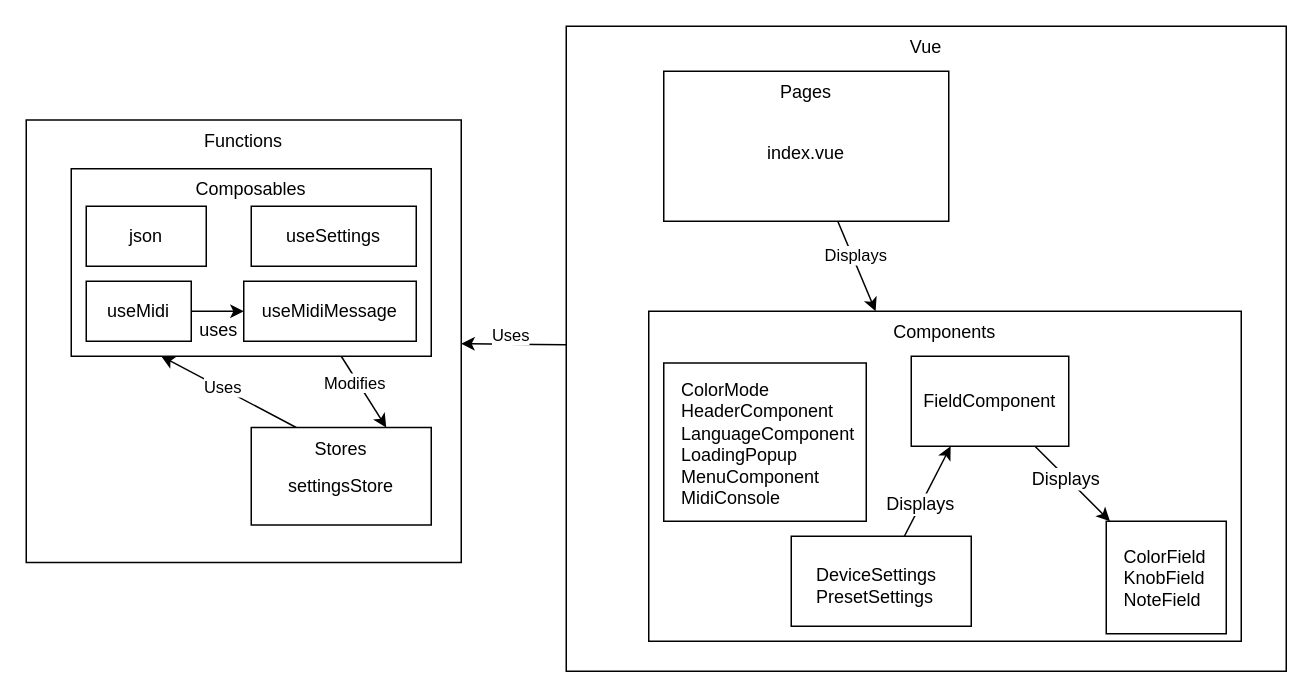
Before: drawio/minilab3nuxt.drawio in ThomasColin1/rapport_pfe, a draw.io diagram. Source tidied: cells renumbered, new cells numbered last; positions are measured from the earlier drawing's top-left corner, leaving out a move shared by most shapes. Both pictures are drawn from the tidied source at 150%, with x=0, y=0 at pixel (26, 26).
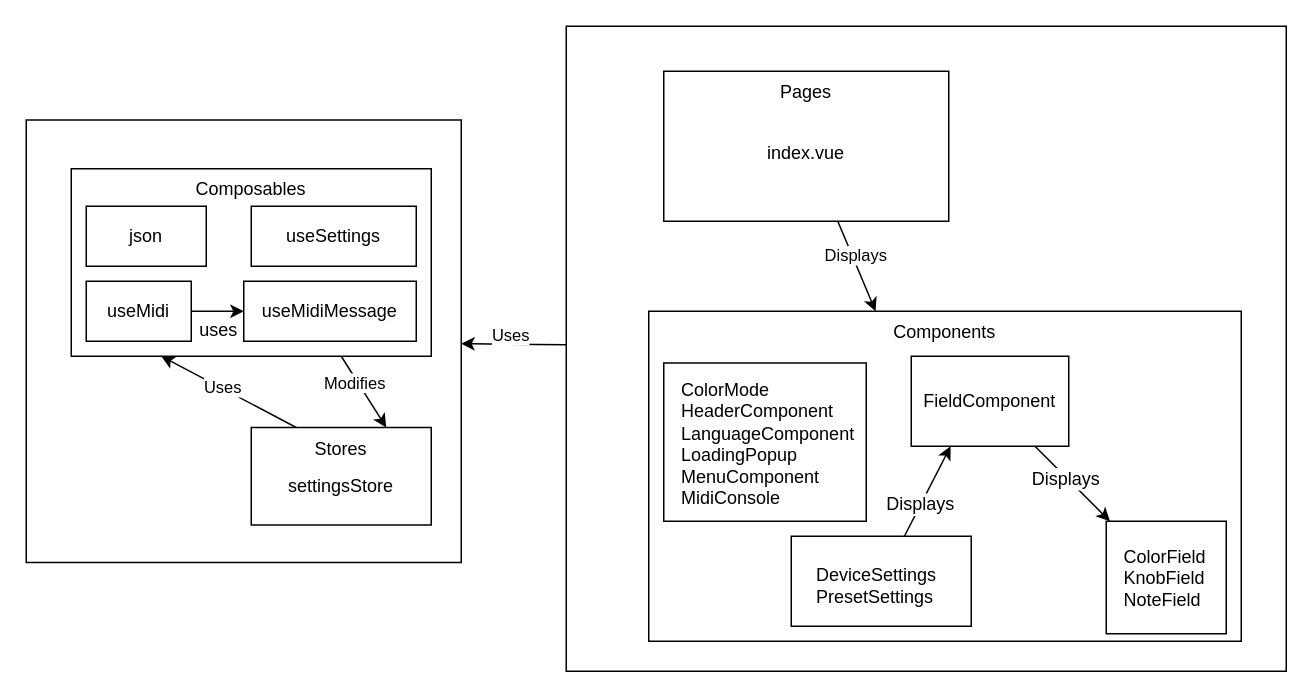
After the change.

Change to the diagram source:
```diff
@@
-    <mxCell id="2" value="Functions" style="whiteSpace=wrap;html=1;verticalAlign=top;" parent="1" vertex="1">
+    <mxCell id="2" style="whiteSpace=wrap;html=1;verticalAlign=top;" parent="1" vertex="1">
       <mxGeometry y="62.5" width="290" height="295" as="geometry" />
     </mxCell>
@@
-    <mxCell id="5" value="Vue" style="whiteSpace=wrap;html=1;verticalAlign=top;" parent="1" vertex="1">
+    <mxCell id="5" style="whiteSpace=wrap;html=1;verticalAlign=top;" parent="1" vertex="1">
       <mxGeometry x="360" width="480" height="430" as="geometry" />
     </mxCell>
```
